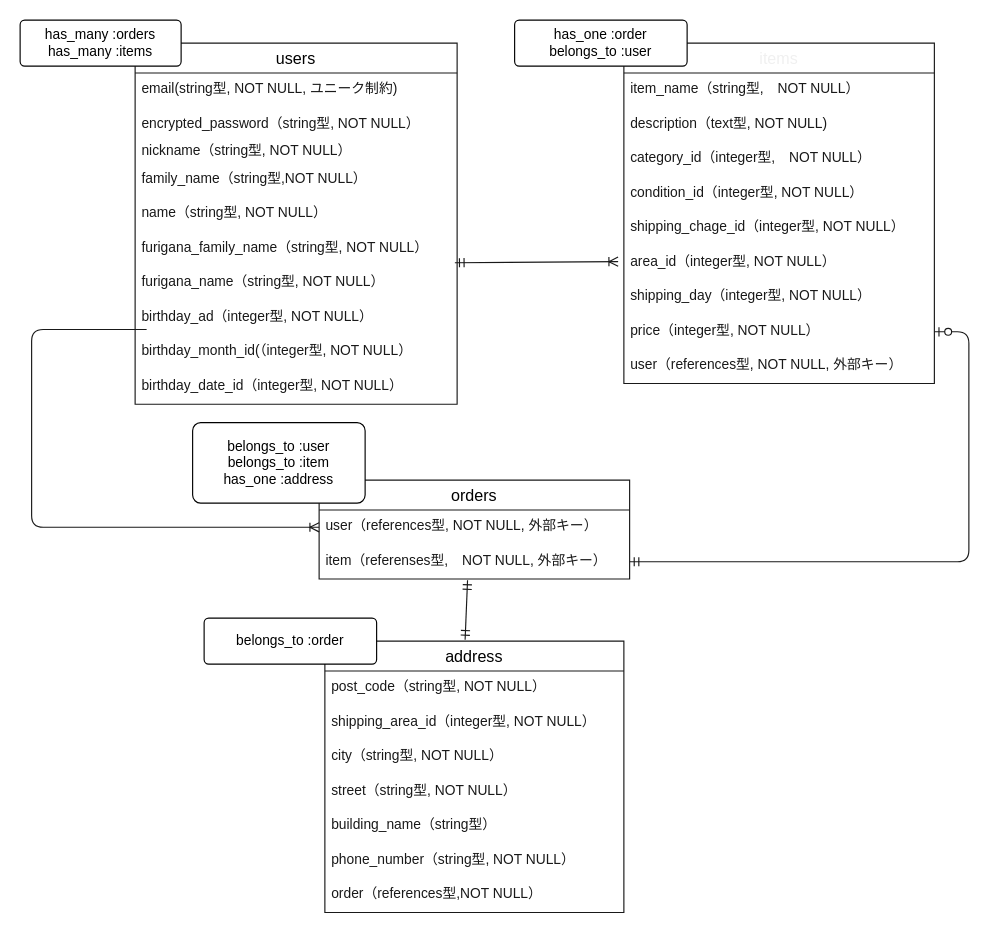
The draw.io diagram ER.dio in motooga/furima-38955, before the edit. Source tidied: cells renumbered, new cells numbered last; positions are measured from the earlier drawing's top-left corner, leaving out a move shared by most shapes. Both pictures are drawn from the tidied source at 115%, with x=0, y=0 at pixel (20, 20).
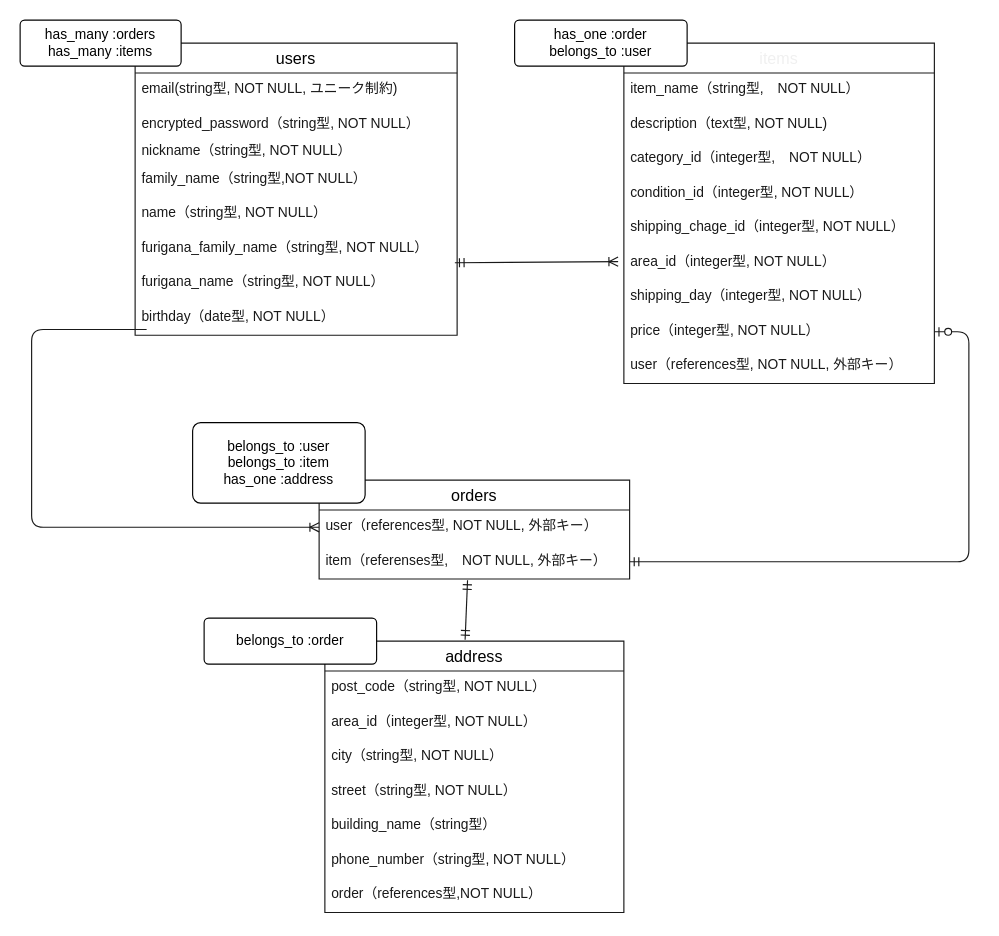
The same diagram, later.

The change refers to these unchanged cells:
```xml
<mxCell id="26" value="address" style="swimlane;fontStyle=0;horizontal=1;startSize=26;align=center;fontSize=14;strokeColor=#191919;" parent="1" vertex="1">
  <mxGeometry x="265" y="540" width="260" height="236" as="geometry" />
</mxCell>
```

What changed in the source:
```diff
@@
     <mxCell id="2" value="users" style="swimlane;fontStyle=0;horizontal=1;startSize=26;align=center;fontSize=14;strokeColor=#191919;" parent="1" vertex="1">
-      <mxGeometry x="100" y="20" width="280" height="314" as="geometry" />
+      <mxGeometry x="100" y="20" width="280" height="254" as="geometry" />
     </mxCell>
@@
-    <mxCell id="10" value="birthday_ad（integer型, NOT NULL）" style="text;strokeColor=none;fillColor=none;spacingLeft=4;spacingRight=4;overflow=hidden;fontSize=12;fillStyle=dashed;fontColor=#191919;" parent="2" vertex="1">
-      <mxGeometry y="224" width="280" height="30" as="geometry" />
-    </mxCell>
-    <mxCell id="11" value="birthday_month_id(（integer型, NOT NULL）" style="text;strokeColor=none;fillColor=none;spacingLeft=4;spacingRight=4;overflow=hidden;fontSize=12;labelBorderColor=none;fillStyle=dashed;fontColor=#191919;" parent="2" vertex="1">
-      <mxGeometry y="254" width="280" height="30" as="geometry" />
-    </mxCell>
-    <mxCell id="12" value="birthday_date_id（integer型, NOT NULL）" style="text;strokeColor=none;fillColor=none;spacingLeft=4;spacingRight=4;overflow=hidden;fontSize=12;labelBorderColor=none;fillStyle=dashed;fontColor=#191919;" parent="2" vertex="1">
-      <mxGeometry y="284" width="280" height="30" as="geometry" />
+    <mxCell id="12" value="birthday（date型, NOT NULL）" style="text;strokeColor=none;fillColor=none;spacingLeft=4;spacingRight=4;overflow=hidden;fontSize=12;labelBorderColor=none;fillStyle=dashed;fontColor=#191919;" parent="2" vertex="1">
+      <mxGeometry y="224" width="280" height="30" as="geometry" />
     </mxCell>
@@
-    <mxCell id="28" value="shipping_area_id（integer型, NOT NULL）" style="text;strokeColor=none;fillColor=none;spacingLeft=4;spacingRight=4;overflow=hidden;fontSize=12;fontColor=#191919;" parent="26" vertex="1">
+    <mxCell id="28" value="area_id（integer型, NOT NULL）" style="text;strokeColor=none;fillColor=none;spacingLeft=4;spacingRight=4;overflow=hidden;fontSize=12;fontColor=#191919;" parent="26" vertex="1">
       <mxGeometry y="56" width="260" height="30" as="geometry" />
     </mxCell>
```
